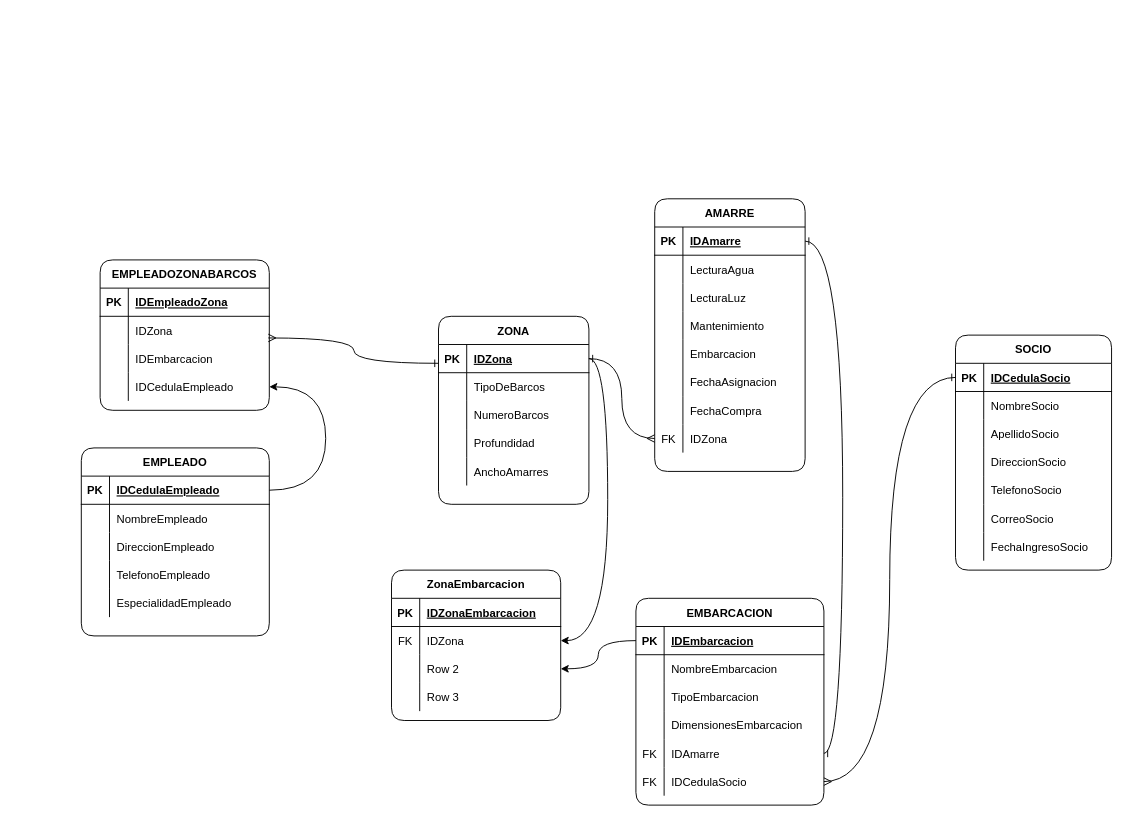
Krono159/bases-de-datos keeps this draw.io diagram as bases de datos/ejercicio 26-10-21/ejercicio 1.drawio. Above is the earlier version. Source tidied: cells renumbered, new cells numbered last; positions are measured from the earlier drawing's top-left corner, leaving out a move shared by most shapes. Both pictures are drawn from the tidied source at 94%, with x=0, y=0 at pixel (81, 198).
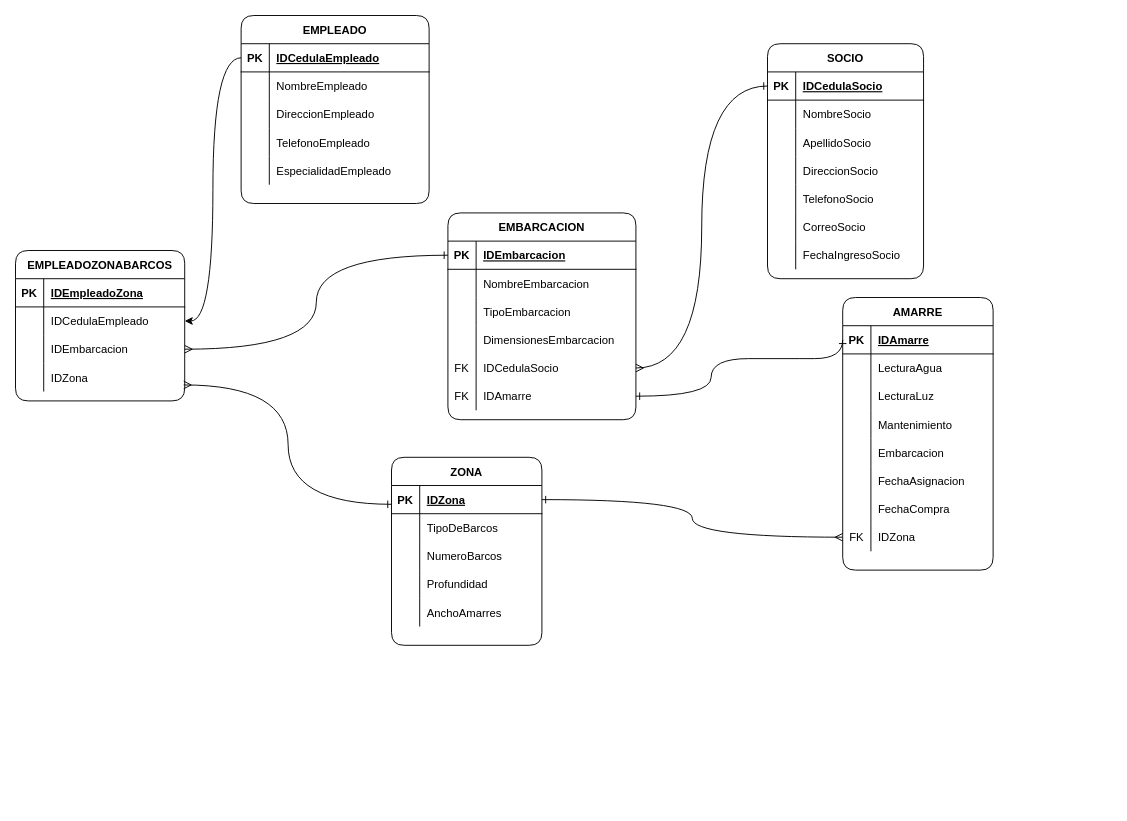
Above is the later version.

Commit message:
No se pudo salir del circulo

The change refers to these unchanged cells:
```xml
<mxCell id="4" style="shape=partialRectangle;fillColor=none;top=0;left=0;bottom=1;right=0;points=[[0,0.5],[1,0.5]];portConstraint=eastwest;rounded=1;" parent="3" vertex="1">
  <mxGeometry y="30" width="160" height="30" as="geometry" />
</mxCell>
<mxCell id="20" style="shape=partialRectangle;fillColor=none;top=0;left=0;bottom=1;right=0;points=[[0,0.5],[1,0.5]];portConstraint=eastwest;rounded=1;" parent="19" vertex="1">
  <mxGeometry y="30" width="200" height="30" as="geometry" />
</mxCell>
<mxCell id="36" style="shape=partialRectangle;fillColor=none;top=0;left=0;bottom=1;right=0;points=[[0,0.5],[1,0.5]];portConstraint=eastwest;rounded=1;" parent="35" vertex="1">
  <mxGeometry y="30" width="160" height="30" as="geometry" />
</mxCell>
<mxCell id="57" style="shape=partialRectangle;fillColor=none;top=0;left=0;bottom=0;right=0;points=[[0,0.5],[1,0.5]];portConstraint=eastwest;rounded=1;" parent="35" vertex="1">
  <mxGeometry y="240" width="160" height="30" as="geometry" />
</mxCell>
<mxCell id="61" style="shape=partialRectangle;fillColor=none;top=0;left=0;bottom=1;right=0;points=[[0,0.5],[1,0.5]];portConstraint=eastwest;rounded=1;" parent="60" vertex="1">
  <mxGeometry y="30" width="200" height="30" as="geometry" />
</mxCell>
<mxCell id="80" style="shape=partialRectangle;fillColor=none;top=0;left=0;bottom=1;right=0;points=[[0,0.5],[1,0.5]];portConstraint=eastwest;rounded=1;" parent="79" vertex="1">
  <mxGeometry y="30" width="166" height="30" as="geometry" />
</mxCell>
```

The edit, as a diff of the source:
```diff
@@
-    <mxCell id="2" style="edgeStyle=orthogonalEdgeStyle;jettySize=auto;html=1;exitX=0;exitY=0.25;exitDx=0;exitDy=0;entryX=0.994;entryY=0.767;entryDx=0;entryDy=0;entryPerimeter=0;startArrow=ERone;startFill=0;endArrow=ERmany;endFill=0;curved=1;" parent="1" edge="1" source="3" target="107">
+    <mxCell id="2" style="edgeStyle=orthogonalEdgeStyle;curved=1;rounded=1;jettySize=auto;html=1;exitX=0;exitY=0.25;exitDx=0;exitDy=0;entryX=0.994;entryY=0.767;entryDx=0;entryDy=0;entryPerimeter=0;startArrow=ERone;startFill=0;endArrow=ERmany;endFill=0;" parent="1" edge="1" source="3" target="107">
       <mxGeometry relative="1" as="geometry" />
     </mxCell>
     <mxCell id="3" value="ZONA" style="shape=table;startSize=30;childLayout=tableLayout;rowLines=0;fontStyle=1;align=center;rounded=1;" parent="1" vertex="1">
-      <mxGeometry x="380" y="125" width="160" height="200" as="geometry" />
+      <mxGeometry x="330" y="275" width="160" height="200" as="geometry" />
     </mxCell>
@@
     <mxCell id="19" value="EMPLEADO" style="shape=table;startSize=30;childLayout=tableLayout;rowLines=0;fontStyle=1;align=center;rounded=1;" parent="1" vertex="1">
-      <mxGeometry y="265" width="200" height="200" as="geometry" />
+      <mxGeometry x="170" y="-195" width="200" height="200" as="geometry" />
     </mxCell>
@@
     <mxCell id="35" value="AMARRE" style="shape=table;startSize=30;childLayout=tableLayout;rowLines=0;fontStyle=1;align=center;rounded=1;" parent="1" vertex="1">
-      <mxGeometry x="610" width="160" height="290" as="geometry" />
+      <mxGeometry x="810" y="105" width="160" height="290" as="geometry" />
     </mxCell>
@@
     <mxCell id="60" value="EMBARCACION" style="shape=table;startSize=30;childLayout=tableLayout;rowLines=0;fontStyle=1;align=center;rounded=1;" parent="1" vertex="1">
-      <mxGeometry x="590" y="425" width="200" height="220" as="geometry" />
+      <mxGeometry x="390" y="15" width="200" height="220" as="geometry" />
     </mxCell>
@@
+    <mxCell id="76" style="shape=partialRectangle;fillColor=none;top=0;left=0;bottom=0;right=0;points=[[0,0.5],[1,0.5]];portConstraint=eastwest;rounded=1;" parent="60" vertex="1">
+      <mxGeometry y="150" width="200" height="30" as="geometry" />
+    </mxCell>
+    <mxCell id="77" value="FK" style="shape=partialRectangle;fillColor=none;top=0;left=0;bottom=0;right=0;overflow=hidden;rounded=1;" parent="76" vertex="1">
+      <mxGeometry width="30" height="30" as="geometry" />
+    </mxCell>
+    <mxCell id="78" value="IDCedulaSocio" style="shape=partialRectangle;fillColor=none;top=0;left=0;bottom=0;right=0;align=left;spacingLeft=6;overflow=hidden;rounded=1;" parent="76" vertex="1">
+      <mxGeometry x="30" width="170" height="30" as="geometry" />
+    </mxCell>
     <mxCell id="73" style="shape=partialRectangle;fillColor=none;top=0;left=0;bottom=0;right=0;points=[[0,0.5],[1,0.5]];portConstraint=eastwest;rounded=1;" parent="60" vertex="1">
-      <mxGeometry y="150" width="200" height="30" as="geometry" />
+      <mxGeometry y="180" width="200" height="30" as="geometry" />
     </mxCell>
@@
-    <mxCell id="76" style="shape=partialRectangle;fillColor=none;top=0;left=0;bottom=0;right=0;points=[[0,0.5],[1,0.5]];portConstraint=eastwest;rounded=1;" parent="60" vertex="1">
-      <mxGeometry y="180" width="200" height="30" as="geometry" />
-    </mxCell>
-    <mxCell id="77" value="FK" style="shape=partialRectangle;fillColor=none;top=0;left=0;bottom=0;right=0;overflow=hidden;rounded=1;" parent="76" vertex="1">
-      <mxGeometry width="30" height="30" as="geometry" />
-    </mxCell>
-    <mxCell id="78" value="IDCedulaSocio" style="shape=partialRectangle;fillColor=none;top=0;left=0;bottom=0;right=0;align=left;spacingLeft=6;overflow=hidden;rounded=1;" parent="76" vertex="1">
-      <mxGeometry x="30" width="170" height="30" as="geometry" />
-    </mxCell>
     <mxCell id="79" value="SOCIO" style="shape=table;startSize=30;childLayout=tableLayout;rowLines=0;fontStyle=1;align=center;rounded=1;" parent="1" vertex="1">
-      <mxGeometry x="930" y="145" width="166" height="250" as="geometry" />
+      <mxGeometry x="730" y="-165" width="166" height="250" as="geometry" />
     </mxCell>
@@
-    <mxCell id="101" style="edgeStyle=orthogonalEdgeStyle;jettySize=auto;html=1;startArrow=ERone;startFill=0;endArrow=ERmany;endFill=0;curved=1;" parent="1" edge="1" source="80" target="76">
+    <mxCell id="101" style="edgeStyle=orthogonalEdgeStyle;jettySize=auto;html=1;curved=1;startArrow=ERone;startFill=0;endArrow=ERmany;endFill=0;" parent="1" edge="1" source="80" target="76">
       <mxGeometry relative="1" as="geometry" />
     </mxCell>
-    <mxCell id="102" style="edgeStyle=orthogonalEdgeStyle;jettySize=auto;html=1;entryX=1;entryY=0.5;entryDx=0;entryDy=0;exitX=1;exitY=0.5;exitDx=0;exitDy=0;endArrow=ERone;endFill=0;startArrow=ERone;startFill=0;curved=1;" parent="1" edge="1" source="36" target="73">
-      <mxGeometry relative="1" as="geometry" />
+    <mxCell id="102" style="edgeStyle=orthogonalEdgeStyle;jettySize=auto;html=1;entryX=1;entryY=0.5;entryDx=0;entryDy=0;exitX=0;exitY=0.5;exitDx=0;exitDy=0;curved=1;endArrow=ERone;endFill=0;startArrow=ERone;startFill=0;" parent="1" edge="1" source="36" target="73">
+      <mxGeometry relative="1" as="geometry">
+        <Array as="points">
+          <mxPoint x="750" y="170" />
+          <mxPoint x="670" y="170" />
+          <mxPoint x="670" y="190" />
+        </Array>
+      </mxGeometry>
     </mxCell>
     <mxCell id="103" value="EMPLEADOZONABARCOS" style="shape=table;startSize=30;childLayout=tableLayout;rowLines=0;fontStyle=1;align=center;rounded=1;" parent="1" vertex="1">
-      <mxGeometry x="20" y="65" width="180" height="160" as="geometry" />
+      <mxGeometry x="-70" y="55" width="180" height="160" as="geometry" />
     </mxCell>
@@
+    <mxCell id="113" style="shape=partialRectangle;fillColor=none;top=0;left=0;bottom=0;right=0;points=[[0,0.5],[1,0.5]];portConstraint=eastwest;rounded=1;" parent="103" vertex="1">
+      <mxGeometry y="60" width="180" height="30" as="geometry" />
+    </mxCell>
+    <mxCell id="114" style="shape=partialRectangle;fillColor=none;top=0;left=0;bottom=0;right=0;overflow=hidden;rounded=1;" parent="113" vertex="1">
+      <mxGeometry width="30" height="30" as="geometry" />
+    </mxCell>
+    <mxCell id="115" value="IDCedulaEmpleado" style="shape=partialRectangle;fillColor=none;top=0;left=0;bottom=0;right=0;align=left;spacingLeft=6;overflow=hidden;rounded=1;" parent="113" vertex="1">
+      <mxGeometry x="30" width="150" height="30" as="geometry" />
+    </mxCell>
+    <mxCell id="110" style="shape=partialRectangle;fillColor=none;top=0;left=0;bottom=0;right=0;points=[[0,0.5],[1,0.5]];portConstraint=eastwest;rounded=1;" parent="103" vertex="1">
+      <mxGeometry y="90" width="180" height="30" as="geometry" />
+    </mxCell>
+    <mxCell id="111" style="shape=partialRectangle;fillColor=none;top=0;left=0;bottom=0;right=0;overflow=hidden;rounded=1;" parent="110" vertex="1">
+      <mxGeometry width="30" height="30" as="geometry" />
+    </mxCell>
+    <mxCell id="112" value="IDEmbarcacion" style="shape=partialRectangle;fillColor=none;top=0;left=0;bottom=0;right=0;align=left;spacingLeft=6;overflow=hidden;rounded=1;" parent="110" vertex="1">
+      <mxGeometry x="30" width="150" height="30" as="geometry" />
+    </mxCell>
     <mxCell id="107" style="shape=partialRectangle;fillColor=none;top=0;left=0;bottom=0;right=0;points=[[0,0.5],[1,0.5]];portConstraint=eastwest;rounded=1;" parent="103" vertex="1">
-      <mxGeometry y="60" width="180" height="30" as="geometry" />
+      <mxGeometry y="120" width="180" height="30" as="geometry" />
     </mxCell>
@@
-    <mxCell id="110" style="shape=partialRectangle;fillColor=none;top=0;left=0;bottom=0;right=0;points=[[0,0.5],[1,0.5]];portConstraint=eastwest;rounded=1;" parent="103" vertex="1">
-      <mxGeometry y="90" width="180" height="30" as="geometry" />
-    </mxCell>
-    <mxCell id="111" style="shape=partialRectangle;fillColor=none;top=0;left=0;bottom=0;right=0;overflow=hidden;rounded=1;" parent="110" vertex="1">
-      <mxGeometry width="30" height="30" as="geometry" />
-    </mxCell>
-    <mxCell id="112" value="IDEmbarcacion" style="shape=partialRectangle;fillColor=none;top=0;left=0;bottom=0;right=0;align=left;spacingLeft=6;overflow=hidden;rounded=1;" parent="110" vertex="1">
-      <mxGeometry x="30" width="150" height="30" as="geometry" />
-    </mxCell>
-    <mxCell id="113" style="shape=partialRectangle;fillColor=none;top=0;left=0;bottom=0;right=0;points=[[0,0.5],[1,0.5]];portConstraint=eastwest;rounded=1;" parent="103" vertex="1">
-      <mxGeometry y="120" width="180" height="30" as="geometry" />
-    </mxCell>
-    <mxCell id="114" style="shape=partialRectangle;fillColor=none;top=0;left=0;bottom=0;right=0;overflow=hidden;rounded=1;" parent="113" vertex="1">
-      <mxGeometry width="30" height="30" as="geometry" />
-    </mxCell>
-    <mxCell id="115" value="IDCedulaEmpleado" style="shape=partialRectangle;fillColor=none;top=0;left=0;bottom=0;right=0;align=left;spacingLeft=6;overflow=hidden;rounded=1;" parent="113" vertex="1">
-      <mxGeometry x="30" width="150" height="30" as="geometry" />
-    </mxCell>
-    <mxCell id="116" style="edgeStyle=orthogonalEdgeStyle;jettySize=auto;html=1;entryX=0;entryY=0.5;entryDx=0;entryDy=0;startArrow=ERone;startFill=0;endArrow=ERmany;endFill=0;curved=1;" parent="1" edge="1" source="4" target="57">
+    <mxCell id="116" style="edgeStyle=orthogonalEdgeStyle;curved=1;rounded=1;jettySize=auto;html=1;entryX=0;entryY=0.5;entryDx=0;entryDy=0;startArrow=ERone;startFill=0;endArrow=ERmany;endFill=0;" parent="1" edge="1" source="4" target="57">
       <mxGeometry relative="1" as="geometry" />
     </mxCell>
-    <mxCell id="117" style="edgeStyle=orthogonalEdgeStyle;jettySize=auto;html=1;entryX=1;entryY=0.5;entryDx=0;entryDy=0;exitX=1;exitY=0.5;exitDx=0;exitDy=0;curved=1;" parent="1" edge="1" source="20" target="113">
-      <mxGeometry relative="1" as="geometry">
-        <Array as="points">
-          <mxPoint x="260" y="310" />
-          <mxPoint x="260" y="200" />
-        </Array>
-      </mxGeometry>
+    <mxCell id="117" style="edgeStyle=orthogonalEdgeStyle;curved=1;rounded=1;jettySize=auto;html=1;entryX=1;entryY=0.5;entryDx=0;entryDy=0;" parent="1" edge="1" source="20" target="113">
+      <mxGeometry relative="1" as="geometry" />
     </mxCell>
-    <mxCell id="118" value="ZonaEmbarcacion" style="shape=table;startSize=30;childLayout=tableLayout;rowLines=0;fontStyle=1;align=center;sketch=0;rounded=1;" parent="1" vertex="1">
-      <mxGeometry x="330" y="395" width="180" height="160" as="geometry" />
-    </mxCell>
-    <mxCell id="119" style="shape=partialRectangle;fillColor=none;top=0;left=0;bottom=1;right=0;sketch=0;rounded=1;" parent="118" vertex="1">
-      <mxGeometry y="30" width="180" height="30" as="geometry" />
-    </mxCell>
-    <mxCell id="120" value="PK" style="shape=partialRectangle;fillColor=none;top=0;left=0;bottom=0;right=0;fontStyle=1;overflow=hidden;sketch=0;rounded=1;" parent="119" vertex="1">
-      <mxGeometry width="30" height="30" as="geometry" />
-    </mxCell>
-    <mxCell id="121" value="IDZonaEmbarcacion" style="shape=partialRectangle;fillColor=none;top=0;left=0;bottom=0;right=0;align=left;spacingLeft=6;fontStyle=5;overflow=hidden;sketch=0;rounded=1;" parent="119" vertex="1">
-      <mxGeometry x="30" width="150" height="30" as="geometry" />
-    </mxCell>
-    <mxCell id="122" style="shape=partialRectangle;fillColor=none;top=0;left=0;bottom=0;right=0;points=[[0,0.5],[1,0.5]];portConstraint=eastwest;sketch=0;rounded=1;" parent="118" vertex="1">
-      <mxGeometry y="60" width="180" height="30" as="geometry" />
-    </mxCell>
-    <mxCell id="123" value="FK" style="shape=partialRectangle;fillColor=none;top=0;left=0;bottom=0;right=0;overflow=hidden;sketch=0;rounded=1;" parent="122" vertex="1">
-      <mxGeometry width="30" height="30" as="geometry" />
-    </mxCell>
-    <mxCell id="124" value="IDZona" style="shape=partialRectangle;fillColor=none;top=0;left=0;bottom=0;right=0;align=left;spacingLeft=6;overflow=hidden;sketch=0;rounded=1;" parent="122" vertex="1">
-      <mxGeometry x="30" width="150" height="30" as="geometry" />
-    </mxCell>
-    <mxCell id="125" style="shape=partialRectangle;fillColor=none;top=0;left=0;bottom=0;right=0;points=[[0,0.5],[1,0.5]];portConstraint=eastwest;sketch=0;rounded=1;" parent="118" vertex="1">
-      <mxGeometry y="90" width="180" height="30" as="geometry" />
-    </mxCell>
-    <mxCell id="126" style="shape=partialRectangle;fillColor=none;top=0;left=0;bottom=0;right=0;overflow=hidden;sketch=0;rounded=1;" parent="125" vertex="1">
-      <mxGeometry width="30" height="30" as="geometry" />
-    </mxCell>
-    <mxCell id="127" value="Row 2" style="shape=partialRectangle;fillColor=none;top=0;left=0;bottom=0;right=0;align=left;spacingLeft=6;overflow=hidden;sketch=0;rounded=1;" parent="125" vertex="1">
-      <mxGeometry x="30" width="150" height="30" as="geometry" />
-    </mxCell>
-    <mxCell id="128" style="shape=partialRectangle;fillColor=none;top=0;left=0;bottom=0;right=0;sketch=0;rounded=1;" parent="118" vertex="1">
-      <mxGeometry y="120" width="180" height="30" as="geometry" />
-    </mxCell>
-    <mxCell id="129" style="shape=partialRectangle;fillColor=none;top=0;left=0;bottom=0;right=0;overflow=hidden;sketch=0;rounded=1;" parent="128" vertex="1">
-      <mxGeometry width="30" height="30" as="geometry" />
-    </mxCell>
-    <mxCell id="130" value="Row 3" style="shape=partialRectangle;fillColor=none;top=0;left=0;bottom=0;right=0;align=left;spacingLeft=6;overflow=hidden;sketch=0;rounded=1;" parent="128" vertex="1">
-      <mxGeometry x="30" width="150" height="30" as="geometry" />
-    </mxCell>
-    <mxCell id="131" style="edgeStyle=orthogonalEdgeStyle;curved=1;rounded=1;sketch=0;jettySize=auto;html=1;exitX=1;exitY=0.5;exitDx=0;exitDy=0;entryX=1;entryY=0.5;entryDx=0;entryDy=0;" parent="1" edge="1" source="4" target="122">
-      <mxGeometry relative="1" as="geometry" />
-    </mxCell>
-    <mxCell id="132" style="edgeStyle=orthogonalEdgeStyle;curved=1;rounded=1;sketch=0;jettySize=auto;html=1;exitX=0;exitY=0.5;exitDx=0;exitDy=0;entryX=1;entryY=0.5;entryDx=0;entryDy=0;" parent="1" edge="1" source="61" target="125">
-      <mxGeometry relative="1" as="geometry" />
-    </mxCell>
+    <mxCell id="133" style="edgeStyle=orthogonalEdgeStyle;curved=1;rounded=1;jettySize=auto;html=1;entryX=1;entryY=0.5;entryDx=0;entryDy=0;startArrow=ERone;startFill=0;endArrow=ERmany;endFill=0;" parent="1" edge="1" source="61" target="110">
+      <mxGeometry relative="1" as="geometry" />
+    </mxCell>
```
